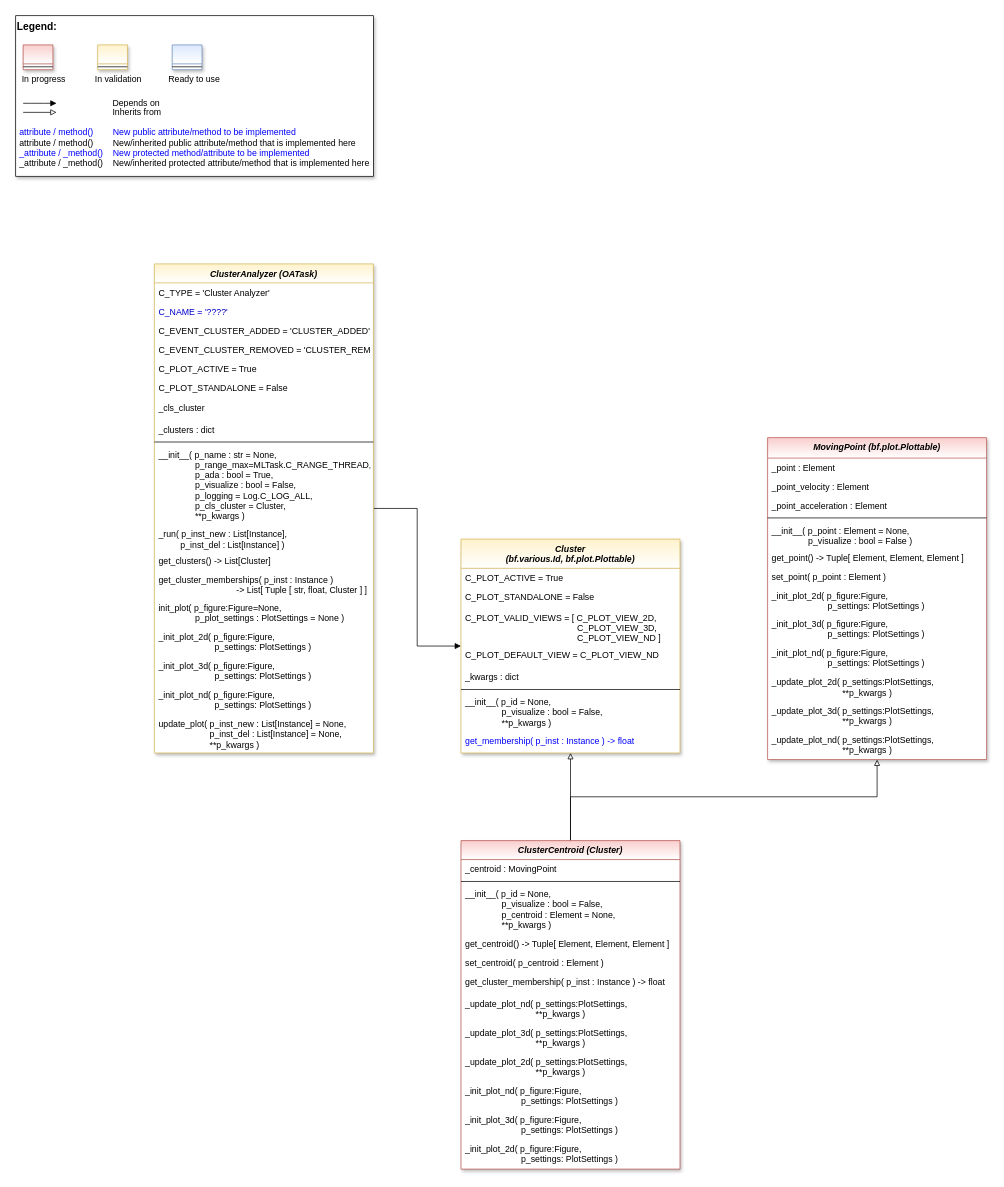
Earlier version of the draw.io diagram doc/rtd/content/04_appendices/appendix2/sub/core/mlpro_oa/streams/tasks/images/MLPro-OA-Cluster_Analyzers_class_diagram.drawio (fhswf/MLPro). Source tidied: cells renumbered, new cells numbered last; positions are measured from the earlier drawing's top-left corner, leaving out a move shared by most shapes. Both pictures are drawn from the tidied source at 73%, with x=0, y=0 at pixel (15, 15).
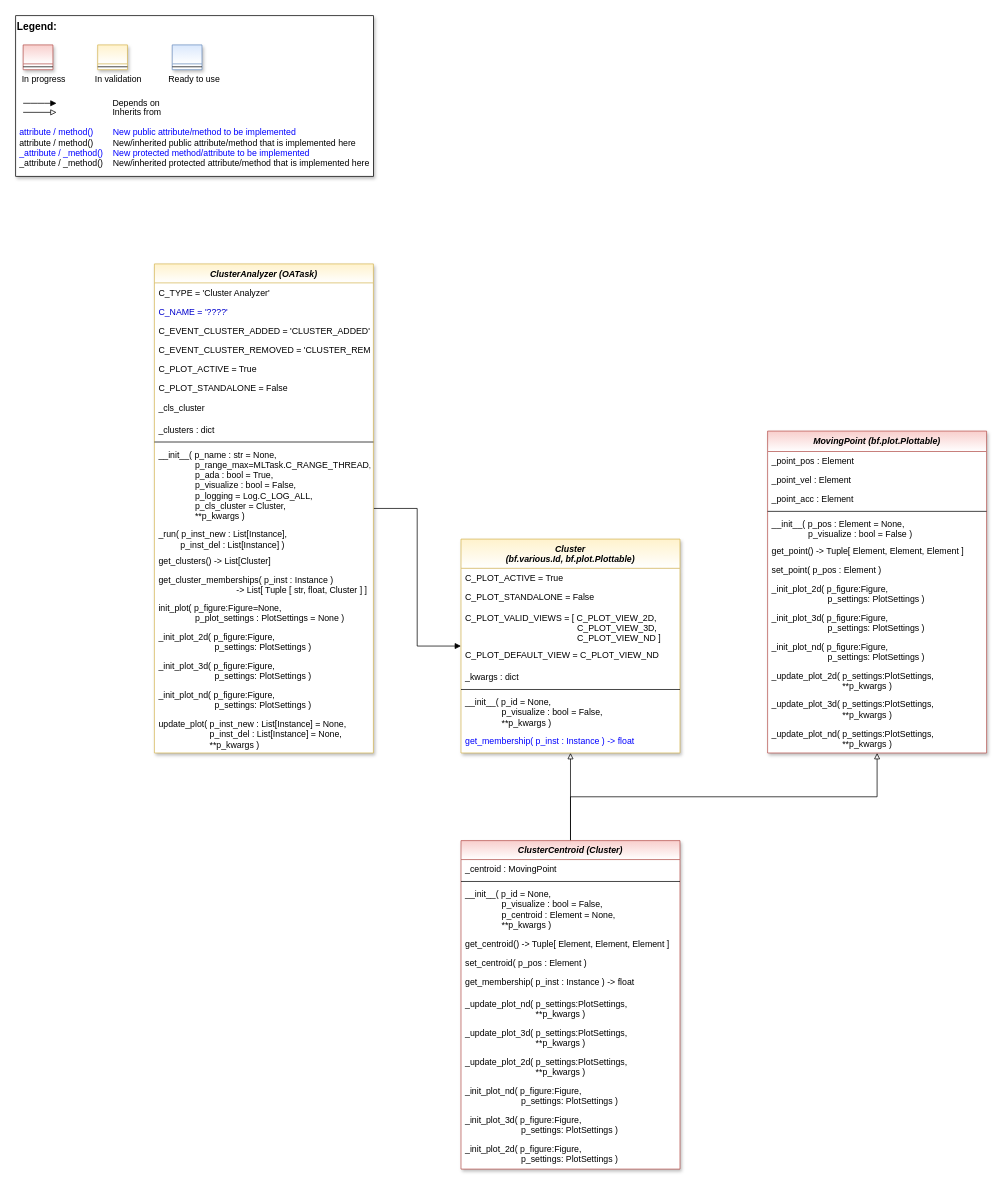
After the change.

Commit message (it also covers changes not shown here):
OA-Task: Templates for Cluster Analyzers #589

Unchanged cells that the change refers to:
```xml
<mxCell id="43" value="ClusterCentroid (Cluster)" style="swimlane;fontStyle=3;align=center;verticalAlign=top;horizontal=1;startSize=26;rounded=0;shadow=1;strokeWidth=1;fillColor=#f8cecc;strokeColor=#b85450;swimlaneFillColor=#ffffff;gradientColor=#ffffff;" parent="1" vertex="1">
  <mxGeometry x="610" y="1130" width="300" height="450" as="geometry" />
</mxCell>
```

Change to the diagram source:
```diff
@@
-    <mxCell id="48" value="set_centroid( p_centroid : Element )" style="text;align=left;verticalAlign=top;spacingLeft=4;spacingRight=4;overflow=hidden;" parent="43" vertex="1">
+    <mxCell id="48" value="set_centroid( p_pos : Element )" style="text;align=left;verticalAlign=top;spacingLeft=4;spacingRight=4;overflow=hidden;" parent="43" vertex="1">
       <mxGeometry y="154" width="300" height="26" as="geometry" />
     </mxCell>
-    <mxCell id="49" value="get_cluster_membership( p_inst : Instance ) -&gt; float" style="text;align=left;verticalAlign=top;spacingLeft=4;spacingRight=4;overflow=hidden;fontColor=default;" parent="43" vertex="1">
+    <mxCell id="49" value="get_membership( p_inst : Instance ) -&gt; float" style="text;align=left;verticalAlign=top;spacingLeft=4;spacingRight=4;overflow=hidden;fontColor=default;" parent="43" vertex="1">
       <mxGeometry y="180" width="300" height="30" as="geometry" />
     </mxCell>
@@
     <mxCell id="56" value="MovingPoint (bf.plot.Plottable)" style="swimlane;fontStyle=3;align=center;verticalAlign=top;horizontal=1;startSize=28;rounded=0;shadow=1;strokeWidth=1;fillColor=#f8cecc;strokeColor=#b85450;swimlaneFillColor=#ffffff;gradientColor=#ffffff;" parent="1" vertex="1">
-      <mxGeometry x="1030" y="578" width="300" height="441" as="geometry" />
+      <mxGeometry x="1030" y="569" width="300" height="441" as="geometry" />
     </mxCell>
-    <mxCell id="57" value="_point : Element" style="text;align=left;verticalAlign=top;spacingLeft=4;spacingRight=4;overflow=hidden;" parent="56" vertex="1">
+    <mxCell id="57" value="_point_pos : Element" style="text;align=left;verticalAlign=top;spacingLeft=4;spacingRight=4;overflow=hidden;" parent="56" vertex="1">
       <mxGeometry y="28" width="300" height="26" as="geometry" />
     </mxCell>
-    <mxCell id="58" value="_point_velocity : Element" style="text;align=left;verticalAlign=top;spacingLeft=4;spacingRight=4;overflow=hidden;" parent="56" vertex="1">
+    <mxCell id="58" value="_point_vel : Element" style="text;align=left;verticalAlign=top;spacingLeft=4;spacingRight=4;overflow=hidden;" parent="56" vertex="1">
       <mxGeometry y="54" width="300" height="26" as="geometry" />
     </mxCell>
-    <mxCell id="59" value="_point_acceleration : Element" style="text;align=left;verticalAlign=top;spacingLeft=4;spacingRight=4;overflow=hidden;" parent="56" vertex="1">
+    <mxCell id="59" value="_point_acc : Element" style="text;align=left;verticalAlign=top;spacingLeft=4;spacingRight=4;overflow=hidden;" parent="56" vertex="1">
       <mxGeometry y="80" width="300" height="26" as="geometry" />
     </mxCell>
@@
-    <mxCell id="61" value="__init__( p_point : Element = None,&#10;               p_visualize : bool = False )" style="text;align=left;verticalAlign=top;spacingLeft=4;spacingRight=4;overflow=hidden;fontColor=default;" parent="56" vertex="1">
+    <mxCell id="61" value="__init__( p_pos : Element = None,&#10;               p_visualize : bool = False )" style="text;align=left;verticalAlign=top;spacingLeft=4;spacingRight=4;overflow=hidden;fontColor=default;" parent="56" vertex="1">
       <mxGeometry y="114" width="300" height="37" as="geometry" />
     </mxCell>
@@
-    <mxCell id="63" value="set_point( p_point : Element )" style="text;align=left;verticalAlign=top;spacingLeft=4;spacingRight=4;overflow=hidden;" parent="56" vertex="1">
+    <mxCell id="63" value="set_point( p_pos : Element )" style="text;align=left;verticalAlign=top;spacingLeft=4;spacingRight=4;overflow=hidden;" parent="56" vertex="1">
       <mxGeometry y="177" width="300" height="26" as="geometry" />
     </mxCell>
```
